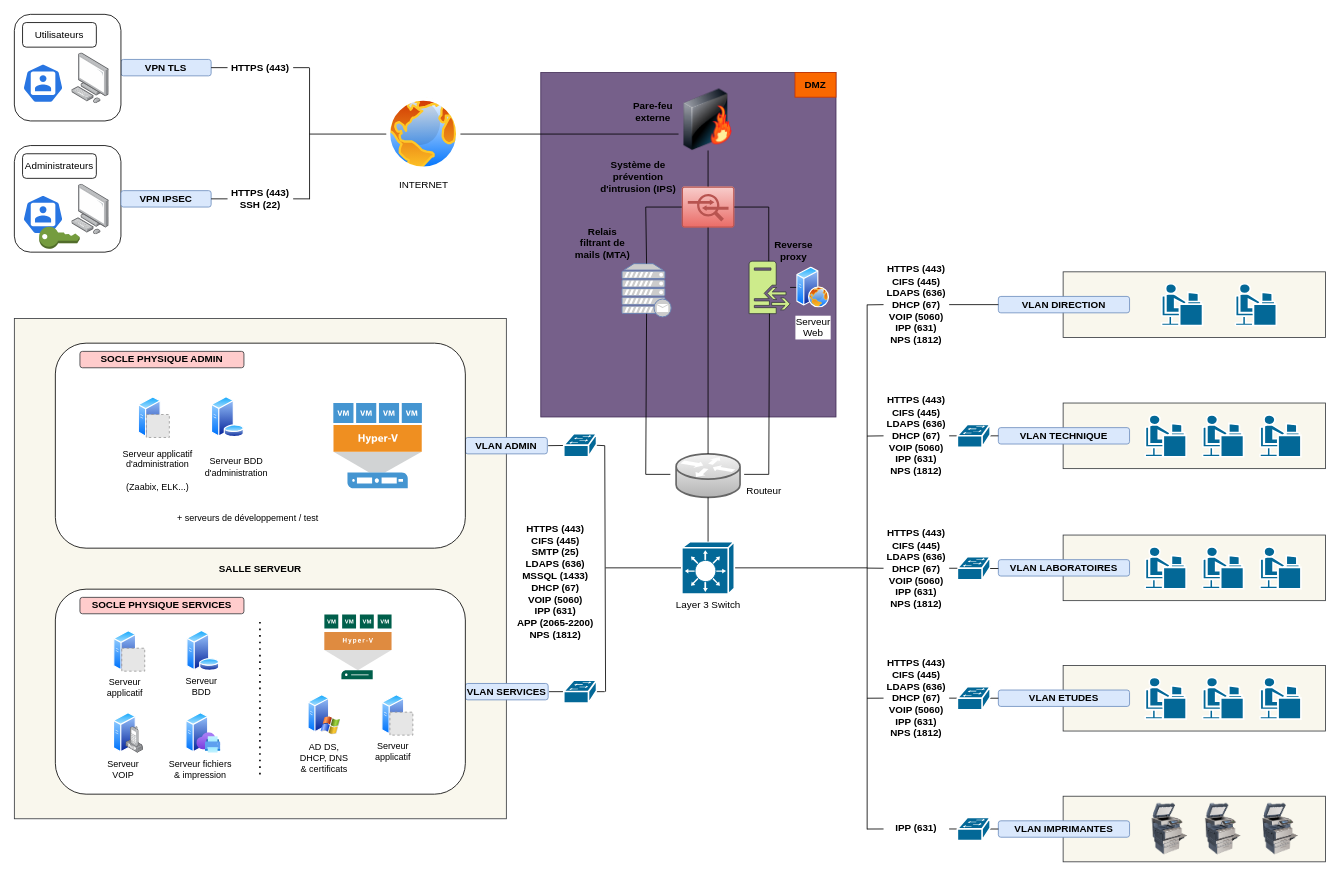
Before: p11.drawio in ecto-w/openclassrooms_ASR, a draw.io diagram. Source tidied: cells renumbered, new cells numbered last; positions are measured from the earlier drawing's top-left corner, leaving out a move shared by most shapes. Both pictures are drawn from the tidied source at 82%, with x=0, y=0 at pixel (14, 14). Pictures stored in the file or linked from it are replaced by grey dashed boxes.
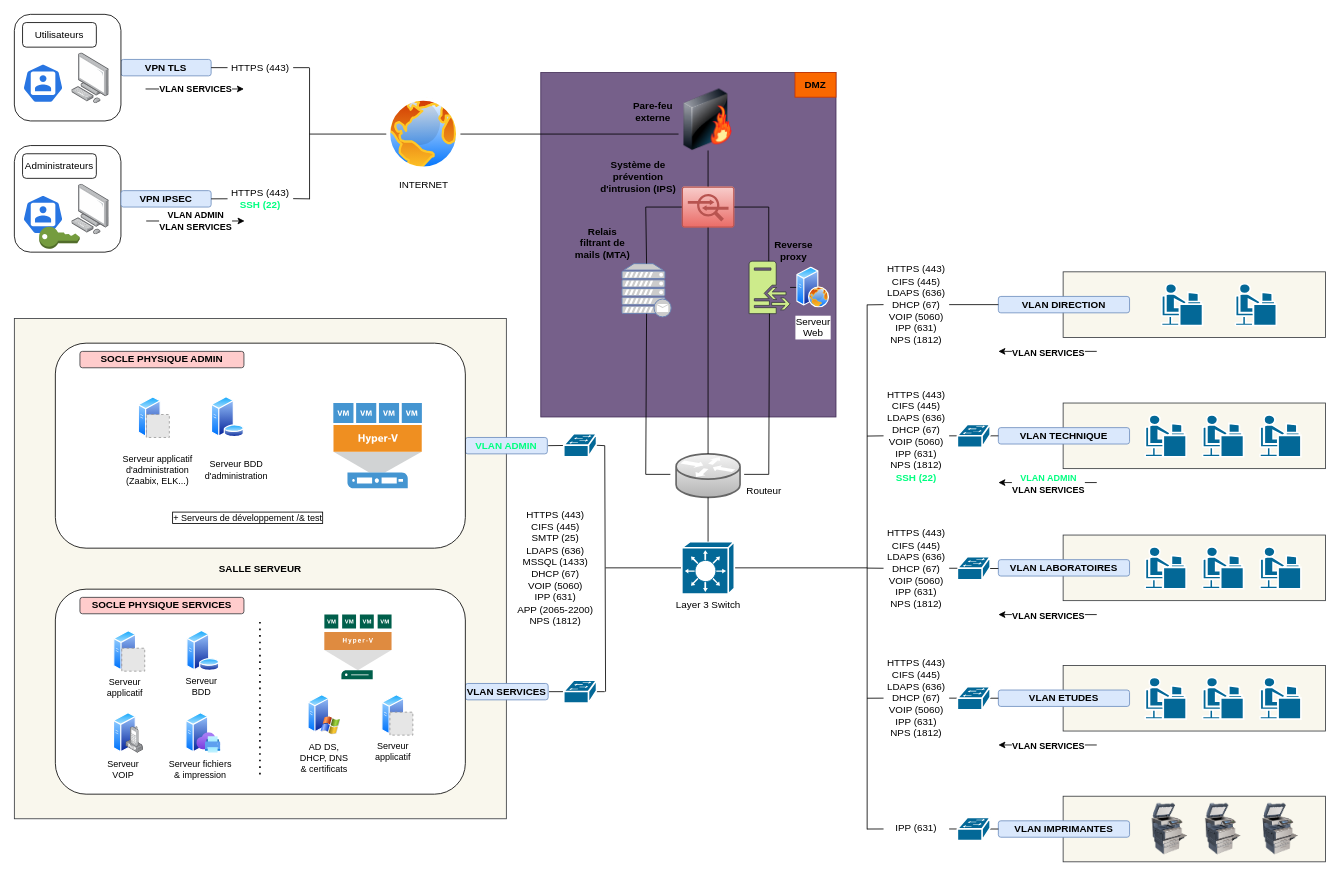
Above is the later version.

The edit, as a diff of the source:
```diff
@@
-    <mxCell id="28" value="VLAN ADMIN" style="rounded=1;whiteSpace=wrap;html=1;shadow=0;glass=0;fillColor=#dae8fc;strokeColor=#6c8ebf;align=center;fontStyle=1;" parent="1" vertex="1">
+    <mxCell id="28" value="VLAN ADMIN" style="rounded=1;whiteSpace=wrap;html=1;shadow=0;glass=0;fillColor=#dae8fc;strokeColor=#6c8ebf;align=center;fontStyle=1;fontColor=#00FF80;" parent="1" vertex="1">
       <mxGeometry x="550" y="516" width="100" height="20" as="geometry" />
     </mxCell>
@@
-    <mxCell id="82" value="HTTPS (443)" style="text;html=1;strokeColor=none;fillColor=none;align=center;verticalAlign=middle;whiteSpace=wrap;rounded=0;fontStyle=1;" parent="1" vertex="1">
+    <mxCell id="82" value="HTTPS (443)" style="text;html=1;strokeColor=none;fillColor=none;align=center;verticalAlign=middle;whiteSpace=wrap;rounded=0;fontStyle=0;" parent="1" vertex="1">
       <mxGeometry x="260" y="57.5" width="80" height="15" as="geometry" />
     </mxCell>
-    <mxCell id="83" value="HTTPS (443)&lt;br style=&quot;font-size: 12px;&quot;&gt;&lt;div style=&quot;font-size: 12px;&quot;&gt;CIFS (445)&lt;br style=&quot;font-size: 12px;&quot;&gt;SMTP (25)&lt;br style=&quot;font-size: 12px;&quot;&gt;LDAPS (636)&lt;/div&gt;&lt;div style=&quot;font-size: 12px;&quot;&gt;MSSQL (1433)&lt;/div&gt;&lt;div style=&quot;font-size: 12px;&quot;&gt;DHCP (67)&lt;br style=&quot;font-size: 12px;&quot;&gt;&lt;/div&gt;&lt;div style=&quot;font-size: 12px;&quot;&gt;VOIP (5060)&lt;br style=&quot;font-size: 12px;&quot;&gt;&lt;/div&gt;&lt;div style=&quot;font-size: 12px;&quot;&gt;IPP (631)&lt;/div&gt;&lt;div style=&quot;font-size: 12px;&quot;&gt;APP (2065-2200)&lt;/div&gt;&lt;div style=&quot;font-size: 12px;&quot;&gt;NPS (1812)&lt;br style=&quot;font-size: 12px;&quot;&gt;&lt;/div&gt;" style="text;html=1;strokeColor=none;fillColor=none;align=center;verticalAlign=middle;whiteSpace=wrap;rounded=0;fontStyle=1;fontSize=12;" parent="1" vertex="1">
-      <mxGeometry x="610" y="624.2" width="100" height="135.5" as="geometry" />
+    <mxCell id="83" value="HTTPS (443)&lt;br style=&quot;font-size: 12px;&quot;&gt;&lt;div style=&quot;font-size: 12px;&quot;&gt;CIFS (445)&lt;br style=&quot;font-size: 12px;&quot;&gt;SMTP (25)&lt;br style=&quot;font-size: 12px;&quot;&gt;LDAPS (636)&lt;/div&gt;&lt;div style=&quot;font-size: 12px;&quot;&gt;MSSQL (1433)&lt;/div&gt;&lt;div style=&quot;font-size: 12px;&quot;&gt;DHCP (67)&lt;br style=&quot;font-size: 12px;&quot;&gt;&lt;/div&gt;&lt;div style=&quot;font-size: 12px;&quot;&gt;VOIP (5060)&lt;br style=&quot;font-size: 12px;&quot;&gt;&lt;/div&gt;&lt;div style=&quot;font-size: 12px;&quot;&gt;IPP (631)&lt;/div&gt;&lt;div style=&quot;font-size: 12px;&quot;&gt;APP (2065-2200)&lt;/div&gt;&lt;div style=&quot;font-size: 12px;&quot;&gt;NPS (1812)&lt;br style=&quot;font-size: 12px;&quot;&gt;&lt;/div&gt;" style="text;html=1;strokeColor=none;fillColor=none;align=center;verticalAlign=middle;whiteSpace=wrap;rounded=0;fontStyle=0;fontSize=12;" parent="1" vertex="1">
+      <mxGeometry x="610" y="598" width="100" height="153.8" as="geometry" />
     </mxCell>
-    <mxCell id="84" value="&lt;div&gt;HTTPS (443)&lt;/div&gt;&lt;div&gt;CIFS (445)&lt;/div&gt;&lt;div&gt;LDAPS (636)&lt;/div&gt;&lt;div&gt;DHCP (67)&lt;br&gt;&lt;/div&gt;&lt;div style=&quot;font-size: 12px;&quot;&gt;VOIP (5060)&lt;/div&gt;&lt;div style=&quot;font-size: 12px;&quot;&gt;IPP (631)&lt;/div&gt;&lt;div style=&quot;font-size: 12px;&quot;&gt;NPS (1812)&lt;br&gt;&lt;/div&gt;" style="text;html=1;strokeColor=none;fillColor=none;align=center;verticalAlign=middle;whiteSpace=wrap;rounded=0;fontStyle=1;fontSize=12;" parent="1" vertex="1">
+    <mxCell id="84" value="&lt;div&gt;HTTPS (443)&lt;/div&gt;&lt;div&gt;CIFS (445)&lt;/div&gt;&lt;div&gt;LDAPS (636)&lt;/div&gt;&lt;div&gt;DHCP (67)&lt;br&gt;&lt;/div&gt;&lt;div style=&quot;font-size: 12px;&quot;&gt;VOIP (5060)&lt;/div&gt;&lt;div style=&quot;font-size: 12px;&quot;&gt;IPP (631)&lt;/div&gt;&lt;div style=&quot;font-size: 12px;&quot;&gt;NPS (1812)&lt;br&gt;&lt;/div&gt;" style="text;html=1;strokeColor=none;fillColor=none;align=center;verticalAlign=middle;whiteSpace=wrap;rounded=0;fontStyle=0;fontSize=12;" parent="1" vertex="1">
       <mxGeometry x="1060" y="298" width="80" height="112" as="geometry" />
     </mxCell>
@@
-    <mxCell id="87" value="&lt;div&gt;HTTPS (443)&lt;/div&gt;&lt;div&gt;CIFS (445)&lt;/div&gt;&lt;div&gt;LDAPS (636)&lt;/div&gt;&lt;div&gt;DHCP (67)&lt;br&gt;&lt;/div&gt;&lt;div style=&quot;font-size: 12px;&quot;&gt;VOIP (5060)&lt;/div&gt;&lt;div style=&quot;font-size: 12px;&quot;&gt;IPP (631)&lt;/div&gt;&lt;div style=&quot;font-size: 12px;&quot;&gt;NPS (1812)&lt;br&gt;&lt;/div&gt;" style="text;html=1;strokeColor=none;fillColor=none;align=center;verticalAlign=middle;whiteSpace=wrap;rounded=0;fontStyle=1;fontSize=12;" parent="1" vertex="1">
-      <mxGeometry x="1060" y="458" width="80" height="112" as="geometry" />
+    <mxCell id="87" value="&lt;div&gt;HTTPS (443)&lt;/div&gt;&lt;div&gt;CIFS (445)&lt;/div&gt;&lt;div&gt;LDAPS (636)&lt;/div&gt;&lt;div&gt;DHCP (67)&lt;br&gt;&lt;/div&gt;&lt;div style=&quot;font-size: 12px;&quot;&gt;VOIP (5060)&lt;/div&gt;&lt;div style=&quot;font-size: 12px;&quot;&gt;IPP (631)&lt;/div&gt;&lt;div style=&quot;font-size: 12px;&quot;&gt;NPS (1812)&lt;br&gt;&lt;b&gt;&lt;font style=&quot;--darkreader-inline-color: #1aff8d;&quot; color=&quot;#00ff80&quot;&gt;SSH (22)&lt;/font&gt;&lt;/b&gt;&lt;br&gt;&lt;/div&gt;" style="text;html=1;strokeColor=none;fillColor=none;align=center;verticalAlign=middle;whiteSpace=wrap;rounded=0;fontStyle=0;fontSize=12;" parent="1" vertex="1">
+      <mxGeometry x="1060" y="451" width="80" height="126" as="geometry" />
     </mxCell>
@@
-    <mxCell id="90" value="&lt;div&gt;HTTPS (443)&lt;/div&gt;&lt;div&gt;CIFS (445)&lt;/div&gt;&lt;div&gt;LDAPS (636)&lt;/div&gt;&lt;div&gt;DHCP (67)&lt;br&gt;&lt;/div&gt;&lt;div style=&quot;font-size: 12px;&quot;&gt;VOIP (5060)&lt;/div&gt;&lt;div style=&quot;font-size: 12px;&quot;&gt;IPP (631)&lt;/div&gt;&lt;div style=&quot;font-size: 12px;&quot;&gt;NPS (1812)&lt;br&gt;&lt;/div&gt;" style="text;html=1;strokeColor=none;fillColor=none;align=center;verticalAlign=middle;whiteSpace=wrap;rounded=0;fontStyle=1;fontSize=12;" parent="1" vertex="1">
+    <mxCell id="90" value="&lt;div&gt;HTTPS (443)&lt;/div&gt;&lt;div&gt;CIFS (445)&lt;/div&gt;&lt;div&gt;LDAPS (636)&lt;/div&gt;&lt;div&gt;DHCP (67)&lt;br&gt;&lt;/div&gt;&lt;div style=&quot;font-size: 12px;&quot;&gt;VOIP (5060)&lt;/div&gt;&lt;div style=&quot;font-size: 12px;&quot;&gt;IPP (631)&lt;/div&gt;&lt;div style=&quot;font-size: 12px;&quot;&gt;NPS (1812)&lt;br&gt;&lt;/div&gt;" style="text;html=1;strokeColor=none;fillColor=none;align=center;verticalAlign=middle;whiteSpace=wrap;rounded=0;fontStyle=0;fontSize=12;" parent="1" vertex="1">
       <mxGeometry x="1060" y="620" width="80" height="111" as="geometry" />
     </mxCell>
@@
-    <mxCell id="92" value="&lt;div&gt;HTTPS (443)&lt;/div&gt;&lt;div&gt;CIFS (445)&lt;/div&gt;&lt;div&gt;LDAPS (636)&lt;/div&gt;&lt;div&gt;DHCP (67)&lt;br&gt;&lt;/div&gt;&lt;div style=&quot;font-size: 12px;&quot;&gt;VOIP (5060)&lt;/div&gt;&lt;div style=&quot;font-size: 12px;&quot;&gt;IPP (631)&lt;/div&gt;&lt;div style=&quot;font-size: 12px;&quot;&gt;NPS (1812)&lt;br&gt;&lt;/div&gt;" style="text;html=1;strokeColor=none;fillColor=none;align=center;verticalAlign=middle;whiteSpace=wrap;rounded=0;fontStyle=1;fontSize=12;" parent="1" vertex="1">
+    <mxCell id="92" value="&lt;div&gt;HTTPS (443)&lt;/div&gt;&lt;div&gt;CIFS (445)&lt;/div&gt;&lt;div&gt;LDAPS (636)&lt;/div&gt;&lt;div&gt;DHCP (67)&lt;br&gt;&lt;/div&gt;&lt;div style=&quot;font-size: 12px;&quot;&gt;VOIP (5060)&lt;/div&gt;&lt;div style=&quot;font-size: 12px;&quot;&gt;IPP (631)&lt;/div&gt;&lt;div style=&quot;font-size: 12px;&quot;&gt;NPS (1812)&lt;br&gt;&lt;/div&gt;" style="text;html=1;strokeColor=none;fillColor=none;align=center;verticalAlign=middle;whiteSpace=wrap;rounded=0;fontStyle=0;fontSize=12;" parent="1" vertex="1">
       <mxGeometry x="1060" y="779.8" width="80" height="108.2" as="geometry" />
     </mxCell>
@@
-    <mxCell id="108" value="IPP (631)" style="text;html=1;strokeColor=none;fillColor=none;align=center;verticalAlign=middle;whiteSpace=wrap;rounded=0;fontStyle=1;fontSize=12;" parent="1" vertex="1">
+    <mxCell id="108" value="IPP (631)" style="text;html=1;strokeColor=none;fillColor=none;align=center;verticalAlign=middle;whiteSpace=wrap;rounded=0;fontStyle=0;fontSize=12;" parent="1" vertex="1">
       <mxGeometry x="1060" y="968.2" width="80" height="50.5" as="geometry" />
     </mxCell>
@@
-    <mxCell id="129" value="&lt;div&gt;HTTPS (443)&lt;/div&gt;&lt;div&gt;SSH (22)&lt;br&gt;&lt;/div&gt;" style="text;html=1;strokeColor=none;fillColor=none;align=center;verticalAlign=middle;whiteSpace=wrap;rounded=0;fontStyle=1;" parent="1" vertex="1">
-      <mxGeometry x="260" y="217.5" width="80" height="15" as="geometry" />
+    <mxCell id="129" value="&lt;div&gt;HTTPS (443)&lt;/div&gt;&lt;div&gt;&lt;b&gt;&lt;font style=&quot;--darkreader-inline-color: #1aff8d;&quot; color=&quot;#00ff80&quot;&gt;SSH (22)&lt;/font&gt;&lt;/b&gt;&lt;br&gt;&lt;/div&gt;" style="text;html=1;strokeColor=none;fillColor=none;align=center;verticalAlign=middle;whiteSpace=wrap;rounded=0;fontStyle=0;" parent="1" vertex="1">
+      <mxGeometry x="260" y="209" width="80" height="31.5" as="geometry" />
     </mxCell>
@@
-    <mxCell id="144" value="+ serveurs de développement / test" style="text;html=1;strokeColor=none;fillColor=none;align=center;verticalAlign=middle;whiteSpace=wrap;rounded=0;fontStyle=0;fontSize=11;" parent="1" vertex="1">
+    <mxCell id="144" value="+ Serveurs de développement /&amp;amp; test" style="text;html=1;strokeColor=none;fillColor=none;align=center;verticalAlign=middle;whiteSpace=wrap;rounded=0;fontStyle=0;fontSize=11;labelBorderColor=default;" parent="1" vertex="1">
       <mxGeometry x="190" y="591" width="190" height="45" as="geometry" />
     </mxCell>
-    <mxCell id="145" value="&lt;div&gt;Serveur applicatif&lt;/div&gt;&lt;div&gt;d'administration&lt;br&gt;&lt;br&gt;(Zaabix, ELK...)&lt;br&gt;&lt;/div&gt;" style="text;html=1;strokeColor=none;fillColor=none;align=center;verticalAlign=middle;whiteSpace=wrap;rounded=0;fontStyle=0;fontSize=11;" parent="1" vertex="1">
+    <mxCell id="145" value="&lt;div&gt;Serveur applicatif&lt;/div&gt;&lt;div&gt;d'administration&lt;br&gt;(Zaabix, ELK...)&lt;br&gt;&lt;/div&gt;" style="text;html=1;strokeColor=none;fillColor=none;align=center;verticalAlign=middle;whiteSpace=wrap;rounded=0;fontStyle=0;fontSize=11;" parent="1" vertex="1">
       <mxGeometry x="130" y="533" width="90" height="45" as="geometry" />
     </mxCell>
     <mxCell id="146" value="&lt;div&gt;Serveur BDD&lt;/div&gt;&lt;div&gt;&lt;span&gt;d'administration&lt;br&gt;&lt;/span&gt;&lt;/div&gt;" style="text;html=1;strokeColor=none;fillColor=none;align=center;verticalAlign=middle;whiteSpace=wrap;rounded=0;fontStyle=0;fontSize=11;" parent="1" vertex="1">
-      <mxGeometry x="235.7" y="538" width="70" height="28" as="geometry" />
+      <mxGeometry x="235.7" y="542" width="70" height="28" as="geometry" />
     </mxCell>
+    <mxCell id="147" style="endArrow=classic;html=1;rounded=0;" parent="1" edge="1">
+      <mxGeometry relative="1" as="geometry">
+        <mxPoint x="160" y="91" as="sourcePoint" />
+        <mxPoint x="280" y="91" as="targetPoint" />
+      </mxGeometry>
+    </mxCell>
+    <mxCell id="148" value="VLAN SERVICES" style="edgeLabel;html=1;align=center;verticalAlign=middle;fontStyle=1;" parent="147" vertex="1">
+      <mxGeometry y="1" relative="1" as="geometry" />
+    </mxCell>
+    <mxCell id="149" style="endArrow=classic;html=1;rounded=0;" parent="1" edge="1">
+      <mxGeometry relative="1" as="geometry">
+        <mxPoint x="160.8" y="252" as="sourcePoint" />
+        <mxPoint x="280.8" y="252" as="targetPoint" />
+      </mxGeometry>
+    </mxCell>
+    <mxCell id="150" value="&lt;div&gt;VLAN ADMIN&lt;/div&gt;&lt;div&gt;VLAN SERVICES&lt;/div&gt;" style="edgeLabel;html=1;align=center;verticalAlign=middle;fontStyle=1;" parent="149" vertex="1">
+      <mxGeometry y="1" relative="1" as="geometry" />
+    </mxCell>
+    <mxCell id="151" style="endArrow=classic;html=1;rounded=0;" parent="1" edge="1">
+      <mxGeometry relative="1" as="geometry">
+        <mxPoint x="1320" y="411" as="sourcePoint" />
+        <mxPoint x="1200" y="411" as="targetPoint" />
+      </mxGeometry>
+    </mxCell>
+    <mxCell id="152" value="VLAN SERVICES" style="edgeLabel;html=1;align=center;verticalAlign=middle;fontStyle=1;" parent="151" vertex="1">
+      <mxGeometry y="1" relative="1" as="geometry" />
+    </mxCell>
+    <mxCell id="153" style="endArrow=classic;html=1;rounded=0;" parent="1" edge="1">
+      <mxGeometry relative="1" as="geometry">
+        <mxPoint x="1320" y="732" as="sourcePoint" />
+        <mxPoint x="1200" y="732" as="targetPoint" />
+      </mxGeometry>
+    </mxCell>
+    <mxCell id="154" value="VLAN SERVICES" style="edgeLabel;html=1;align=center;verticalAlign=middle;fontStyle=1;" parent="153" vertex="1">
+      <mxGeometry y="1" relative="1" as="geometry" />
+    </mxCell>
+    <mxCell id="155" style="endArrow=classic;html=1;rounded=0;" parent="1" edge="1">
+      <mxGeometry relative="1" as="geometry">
+        <mxPoint x="1320" y="891" as="sourcePoint" />
+        <mxPoint x="1200" y="891" as="targetPoint" />
+      </mxGeometry>
+    </mxCell>
+    <mxCell id="156" value="VLAN SERVICES" style="edgeLabel;html=1;align=center;verticalAlign=middle;fontStyle=1;" parent="155" vertex="1">
+      <mxGeometry y="1" relative="1" as="geometry" />
+    </mxCell>
+    <mxCell id="157" style="endArrow=classic;html=1;rounded=0;" parent="1" edge="1">
+      <mxGeometry relative="1" as="geometry">
+        <mxPoint x="1320" y="571" as="sourcePoint" />
+        <mxPoint x="1200" y="571" as="targetPoint" />
+      </mxGeometry>
+    </mxCell>
+    <mxCell id="158" value="&lt;font style=&quot;--darkreader-inline-color: #1aff8d;&quot; color=&quot;#00ff80&quot;&gt;VLAN ADMIN&lt;/font&gt;&lt;br&gt;VLAN SERVICES" style="edgeLabel;html=1;align=center;verticalAlign=middle;fontStyle=1;" parent="157" vertex="1">
+      <mxGeometry y="1" relative="1" as="geometry" />
+    </mxCell>
```
